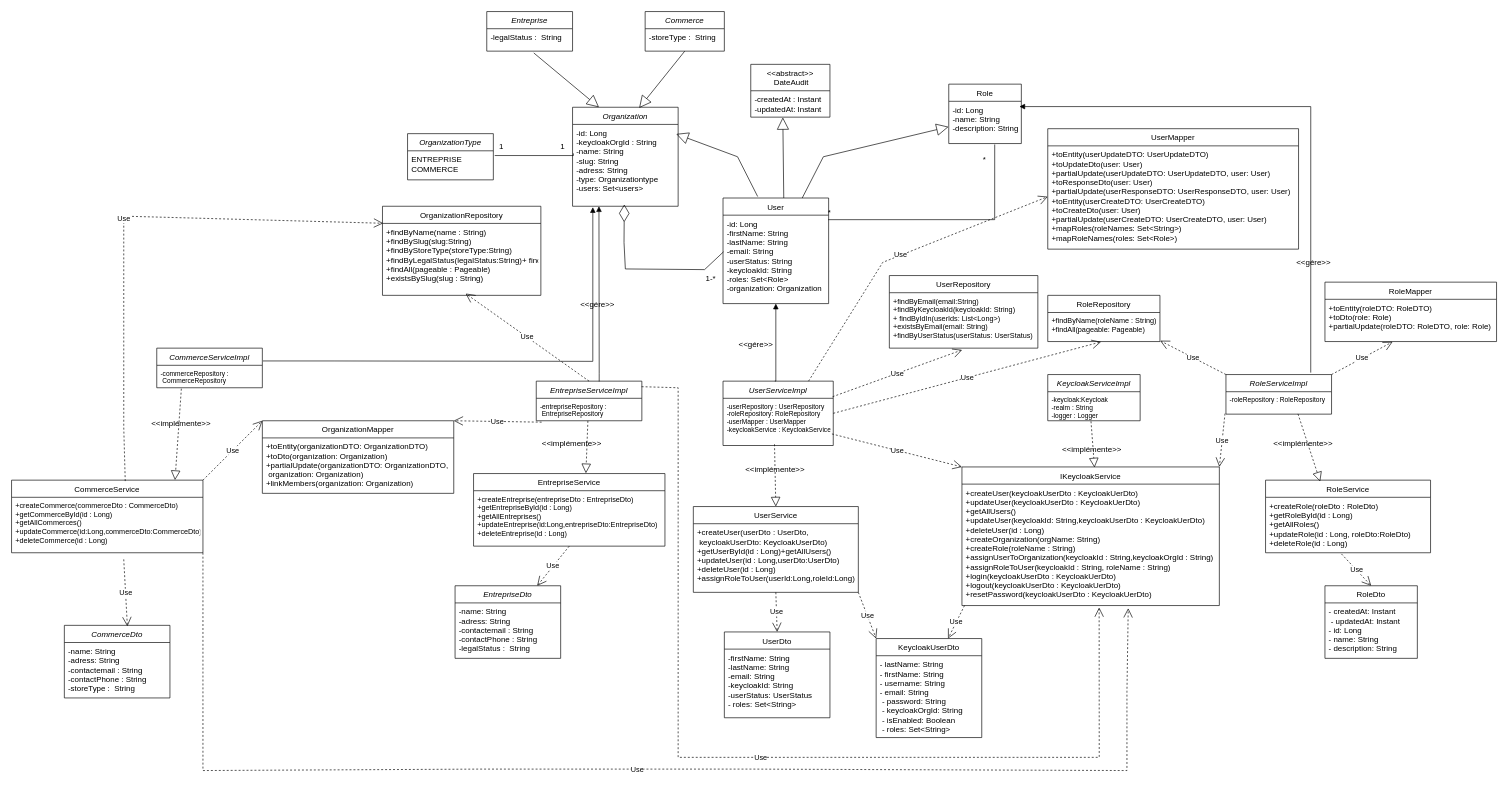
msisitr/aventix-design keeps this draw.io diagram as Diagramme_classe_user_service.drawio. Above is the earlier version. Source tidied: cells renumbered, new cells numbered last; positions are measured from the earlier drawing's top-left corner, leaving out a move shared by most shapes. Both pictures are drawn from the tidied source at 66%, with x=0, y=0 at pixel (11, 11).
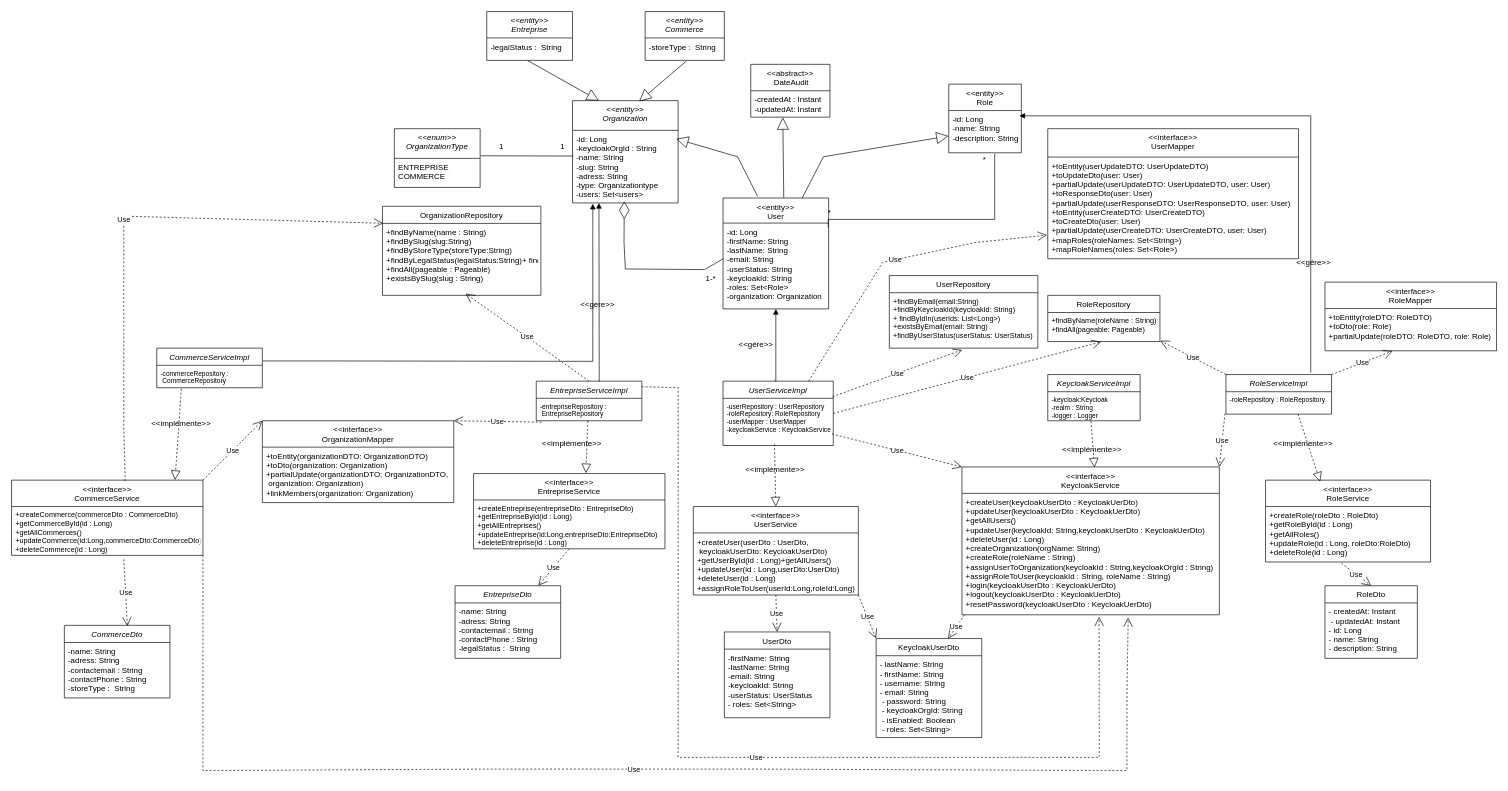
The same page after the edit.

Commit message (it also covers changes not shown here):
Mettre à jour Diagramme_classe_user_service.drawio

Unchanged cells that the change refers to:
```xml
<mxCell id="12" value="UserServiceImpl" style="swimlane;fontStyle=2;align=center;verticalAlign=top;horizontal=1;startSize=26;rounded=0;shadow=0;strokeWidth=1;" parent="1" vertex="1">
  <mxGeometry x="1078" y="560" width="167" height="97.5" as="geometry" />
</mxCell>
```

Diff of the diagram source:
```diff
@@
-    <mxCell id="2" value="Organization" style="swimlane;fontStyle=2;align=center;verticalAlign=top;horizontal=1;startSize=26;rounded=0;shadow=0;strokeWidth=1;" parent="1" vertex="1">
-      <mxGeometry x="850" y="145" width="160" height="150" as="geometry" />
+    <mxCell id="2" value="&lt;&lt;entity&gt;&gt;&#10;Organization" style="swimlane;fontStyle=2;align=center;verticalAlign=top;horizontal=1;startSize=45;rounded=0;shadow=0;strokeWidth=1;" parent="1" vertex="1">
+      <mxGeometry x="850" y="135" width="160" height="155" as="geometry" />
     </mxCell>
     <mxCell id="3" value="-id: Long&#10;-keycloakOrgId : String&#10;-name: String&#10;-slug: String&#10;-adress: String&#10;-type: Organizationtype&#10;-users: Set&lt;users&gt;&#10;&#10;" style="text;align=left;verticalAlign=top;spacingLeft=4;spacingRight=4;overflow=hidden;points=[[0,0.5],[1,0.5]];portConstraint=eastwest;" parent="2" vertex="1">
-      <mxGeometry y="26" width="160" height="124" as="geometry" />
+      <mxGeometry y="45" width="160" height="110" as="geometry" />
     </mxCell>
-    <mxCell id="4" value="Role" style="swimlane;fontStyle=0;align=center;verticalAlign=top;horizontal=1;startSize=26;rounded=0;shadow=0;strokeWidth=1;" parent="1" vertex="1">
-      <mxGeometry x="1420" y="110" width="110" height="90" as="geometry" />
+    <mxCell id="4" value="&lt;&lt;entity&gt;&gt;&#10;Role" style="swimlane;fontStyle=0;align=center;verticalAlign=top;horizontal=1;startSize=40;rounded=0;shadow=0;strokeWidth=1;" parent="1" vertex="1">
+      <mxGeometry x="1420" y="110" width="110" height="104" as="geometry" />
     </mxCell>
     <mxCell id="5" value="-id: Long&#10;-name: String&#10;-description: String" style="text;align=left;verticalAlign=top;spacingLeft=4;spacingRight=4;overflow=hidden;points=[[0,0.5],[1,0.5]];portConstraint=eastwest;" parent="4" vertex="1">
-      <mxGeometry y="26" width="110" height="64" as="geometry" />
+      <mxGeometry y="40" width="110" height="64" as="geometry" />
     </mxCell>
-    <mxCell id="6" value="User" style="swimlane;fontStyle=0;align=center;verticalAlign=top;horizontal=1;startSize=26;rounded=0;shadow=0;strokeWidth=1;" parent="1" vertex="1">
-      <mxGeometry x="1078" y="282.5" width="160" height="160" as="geometry" />
+    <mxCell id="6" value="&lt;&lt;entity&gt;&gt;&#10;User" style="swimlane;fontStyle=0;align=center;verticalAlign=top;horizontal=1;startSize=38;rounded=0;shadow=0;strokeWidth=1;" parent="1" vertex="1">
+      <mxGeometry x="1078" y="282.5" width="160" height="168" as="geometry" />
     </mxCell>
     <mxCell id="7" value="-id: Long&#10;-firstName: String&#10;-lastName: String&#10;-email: String&#10;-userStatus: String&#10;-keycloakId: String&#10;-roles: Set&lt;Role&gt;&#10;-organization: Organization&#10;" style="text;align=left;verticalAlign=top;spacingLeft=4;spacingRight=4;overflow=hidden;points=[[0,0.5],[1,0.5]];portConstraint=eastwest;" parent="6" vertex="1">
-      <mxGeometry y="26" width="160" height="134" as="geometry" />
+      <mxGeometry y="38" width="160" height="130" as="geometry" />
     </mxCell>
@@
-    <mxCell id="26" value="UserService" style="swimlane;fontStyle=0;align=center;verticalAlign=top;horizontal=1;startSize=26;rounded=0;shadow=0;strokeWidth=1;" parent="1" vertex="1">
-      <mxGeometry x="1033" y="750" width="250" height="130" as="geometry" />
+    <mxCell id="26" value="&lt;&lt;interface&gt;&gt;&#10;UserService" style="swimlane;fontStyle=0;align=center;verticalAlign=top;horizontal=1;startSize=40;rounded=0;shadow=0;strokeWidth=1;" parent="1" vertex="1">
+      <mxGeometry x="1033" y="750" width="250" height="134" as="geometry" />
     </mxCell>
     <mxCell id="27" value="+createUser(userDto : UserDto,&#10; keycloakUserDto: KeycloakUserDto)&#10;+getUserById(id : Long)+getAllUsers()&#10;+updateUser(id : Long,userDto:UserDto)&#10;+deleteUser(id : Long)&#10;+assignRoleToUser(userId:Long,roleId:Long)&#10;" style="text;align=left;verticalAlign=top;spacingLeft=4;spacingRight=4;overflow=hidden;" parent="26" vertex="1">
-      <mxGeometry y="26" width="250" height="94" as="geometry" />
+      <mxGeometry y="40" width="250" height="94" as="geometry" />
     </mxCell>
-    <mxCell id="28" value="RoleService" style="swimlane;fontStyle=0;align=center;verticalAlign=top;horizontal=1;startSize=26;rounded=0;shadow=0;strokeWidth=1;" parent="1" vertex="1">
-      <mxGeometry x="1900" y="710" width="250" height="110" as="geometry" />
+    <mxCell id="28" value="&lt;&lt;interface&gt;&gt;&#10;RoleService" style="swimlane;fontStyle=0;align=center;verticalAlign=top;horizontal=1;startSize=40;rounded=0;shadow=0;strokeWidth=1;" parent="1" vertex="1">
+      <mxGeometry x="1900" y="710" width="250" height="124" as="geometry" />
     </mxCell>
     <mxCell id="29" value="+createRole(roleDto : RoleDto)&#10;+getRoleById(id : Long)&#10;+getAllRoles()&#10;+updateRole(id : Long, roleDto:RoleDto)&#10;+deleteRole(id : Long)&#10;" style="text;align=left;verticalAlign=top;spacingLeft=4;spacingRight=4;overflow=hidden;points=[[0,0.5],[1,0.5]];portConstraint=eastwest;" parent="28" vertex="1">
-      <mxGeometry y="26" width="250" height="84" as="geometry" />
+      <mxGeometry y="40" width="250" height="84" as="geometry" />
     </mxCell>
-    <mxCell id="30" value="IKeycloakService" style="swimlane;fontStyle=0;align=center;verticalAlign=top;horizontal=1;startSize=26;rounded=0;shadow=0;strokeWidth=1;" parent="1" vertex="1">
-      <mxGeometry x="1440" y="690" width="390" height="210" as="geometry" />
+    <mxCell id="30" value="&lt;&lt;interface&gt;&gt;&#10;KeycloakService" style="swimlane;fontStyle=0;align=center;verticalAlign=top;horizontal=1;startSize=40;rounded=0;shadow=0;strokeWidth=1;" parent="1" vertex="1">
+      <mxGeometry x="1440" y="690" width="390" height="224" as="geometry" />
     </mxCell>
     <mxCell id="31" value="+createUser(keycloakUserDto : KeycloakUerDto)&#10;+updateUser(keycloakUserDto : KeycloakUerDto)&#10;+getAllUsers()&#10;+updateUser(keycloakId: String,keycloakUserDto : KeycloakUerDto)&#10;+deleteUser(id : Long)&#10;+createOrganization(orgName: String)&#10;+createRole(roleName : String)&#10;+assignUserToOrganization(keycloakId : String,keycloakOrgId : String)&#10;+assignRoleToUser(keycloakId : String, roleName : String)&#10;+login(keycloakUserDto : KeycloakUerDto)&#10;+logout(keycloakUserDto : KeycloakUerDto)&#10;+resetPassword(keycloakUserDto : KeycloakUerDto)&#10;" style="text;align=left;verticalAlign=top;spacingLeft=4;spacingRight=4;overflow=hidden;points=[[0,0.5],[1,0.5]];portConstraint=eastwest;" parent="30" vertex="1">
-      <mxGeometry y="26" width="390" height="184" as="geometry" />
+      <mxGeometry y="40" width="390" height="184" as="geometry" />
     </mxCell>
@@
-    <mxCell id="40" value="Entreprise" style="swimlane;fontStyle=2;align=center;verticalAlign=top;horizontal=1;startSize=26;rounded=0;shadow=0;strokeWidth=1;" parent="1" vertex="1">
-      <mxGeometry x="720" width="130" height="60" as="geometry" />
+    <mxCell id="40" value="&lt;&lt;entity&gt;&gt;&#10;Entreprise" style="swimlane;fontStyle=2;align=center;verticalAlign=top;horizontal=1;startSize=40;rounded=0;shadow=0;strokeWidth=1;" parent="1" vertex="1">
+      <mxGeometry x="720" width="130" height="74" as="geometry" />
     </mxCell>
     <mxCell id="41" value="-legalStatus :  String" style="text;align=left;verticalAlign=top;spacingLeft=4;spacingRight=4;overflow=hidden;points=[[0,0.5],[1,0.5]];portConstraint=eastwest;" parent="40" vertex="1">
-      <mxGeometry y="26" width="130" height="34" as="geometry" />
+      <mxGeometry y="40" width="130" height="34" as="geometry" />
     </mxCell>
-    <mxCell id="42" value="Commerce" style="swimlane;fontStyle=2;align=center;verticalAlign=top;horizontal=1;startSize=26;rounded=0;shadow=0;strokeWidth=1;" parent="1" vertex="1">
-      <mxGeometry x="960" width="120" height="60" as="geometry" />
+    <mxCell id="42" value="&lt;&lt;entity&gt;&gt;&#10;Commerce" style="swimlane;fontStyle=2;align=center;verticalAlign=top;horizontal=1;startSize=40;rounded=0;shadow=0;strokeWidth=1;" parent="1" vertex="1">
+      <mxGeometry x="960" width="120" height="74" as="geometry" />
     </mxCell>
     <mxCell id="43" value="-storeType :  String" style="text;align=left;verticalAlign=top;spacingLeft=4;spacingRight=4;overflow=hidden;points=[[0,0.5],[1,0.5]];portConstraint=eastwest;" parent="42" vertex="1">
-      <mxGeometry y="26" width="120" height="34" as="geometry" />
+      <mxGeometry y="40" width="120" height="34" as="geometry" />
     </mxCell>
-    <mxCell id="44" style="endArrow=block;endSize=16;endFill=0;html=1;rounded=0;entryX=0.25;entryY=0;entryDx=0;entryDy=0;exitX=0.548;exitY=1.08;exitDx=0;exitDy=0;exitPerimeter=0;" parent="1" edge="1" source="41" target="2">
+    <mxCell id="44" style="endArrow=block;endSize=16;endFill=0;html=1;rounded=0;entryX=0.25;entryY=0;entryDx=0;entryDy=0;exitX=0.476;exitY=1.004;exitDx=0;exitDy=0;exitPerimeter=0;" parent="1" edge="1" source="41" target="2">
       <mxGeometry relative="1" as="geometry" />
     </mxCell>
-    <mxCell id="45" style="endArrow=block;endSize=16;endFill=0;html=1;rounded=0;entryX=0.631;entryY=0.007;entryDx=0;entryDy=0;entryPerimeter=0;" parent="1" edge="1" target="2">
-      <mxGeometry relative="1" as="geometry">
-        <mxPoint x="1020" y="60" as="sourcePoint" />
-      </mxGeometry>
+    <mxCell id="45" style="endArrow=block;endSize=16;endFill=0;html=1;rounded=0;entryX=0.631;entryY=0.007;entryDx=0;entryDy=0;entryPerimeter=0;exitX=0.52;exitY=1.029;exitDx=0;exitDy=0;exitPerimeter=0;" parent="1" edge="1" source="43" target="2">
+      <mxGeometry relative="1" as="geometry" />
     </mxCell>
-    <mxCell id="46" value="OrganizationType" style="swimlane;fontStyle=2;align=center;verticalAlign=top;horizontal=1;startSize=26;rounded=0;shadow=0;strokeWidth=1;" parent="1" vertex="1">
-      <mxGeometry x="600" y="185" width="130" height="70" as="geometry" />
+    <mxCell id="46" value="&lt;&lt;enum&gt;&gt;&#10;OrganizationType" style="swimlane;fontStyle=2;align=center;verticalAlign=top;horizontal=1;startSize=45;rounded=0;shadow=0;strokeWidth=1;" parent="1" vertex="1">
+      <mxGeometry x="580" y="177.5" width="130" height="89" as="geometry" />
     </mxCell>
     <mxCell id="47" value="ENTREPRISE&#10;COMMERCE" style="text;align=left;verticalAlign=top;spacingLeft=4;spacingRight=4;overflow=hidden;points=[[0,0.5],[1,0.5]];portConstraint=eastwest;" parent="46" vertex="1">
-      <mxGeometry y="26" width="130" height="44" as="geometry" />
+      <mxGeometry y="45" width="130" height="44" as="geometry" />
     </mxCell>
-    <mxCell id="48" style="endArrow=none;html=1;edgeStyle=orthogonalEdgeStyle;rounded=0;entryX=0.008;entryY=0.354;entryDx=0;entryDy=0;entryPerimeter=0;exitX=1.016;exitY=0.163;exitDx=0;exitDy=0;exitPerimeter=0;" parent="1" edge="1" source="47" target="3">
+    <mxCell id="48" style="endArrow=none;html=1;edgeStyle=orthogonalEdgeStyle;rounded=0;entryX=0.008;entryY=0.354;entryDx=0;entryDy=0;entryPerimeter=0;exitX=1.003;exitY=0.461;exitDx=0;exitDy=0;exitPerimeter=0;" parent="1" edge="1" source="46" target="3">
       <mxGeometry relative="1" as="geometry">
         <Array as="points">
-          <mxPoint x="851" y="218" />
+          <mxPoint x="712" y="219" />
         </Array>
       </mxGeometry>
     </mxCell>
@@
-    <mxCell id="52" value="EntrepriseService" style="swimlane;fontStyle=0;align=center;verticalAlign=top;horizontal=1;startSize=26;rounded=0;shadow=0;strokeWidth=1;" parent="1" vertex="1">
-      <mxGeometry x="700" y="700" width="290" height="110" as="geometry" />
+    <mxCell id="52" value="&lt;&lt;interface&gt;&gt;&#10;EntrepriseService" style="swimlane;fontStyle=0;align=center;verticalAlign=top;horizontal=1;startSize=40;rounded=0;shadow=0;strokeWidth=1;" parent="1" vertex="1">
+      <mxGeometry x="700" y="700" width="290" height="114" as="geometry" />
     </mxCell>
     <mxCell id="53" value="+createEntreprise(entrepriseDto : EntrepriseDto)&#10;+getEntrepriseById(id : Long)&#10;+getAllEntreprises()&#10;+updateEntreprise(id:Long,entrepriseDto:EntrepriseDto)&#10;+deleteEntreprise(id : Long)&#10;" style="text;align=left;verticalAlign=top;spacingLeft=4;spacingRight=4;overflow=hidden;fontSize=11;" parent="52" vertex="1">
-      <mxGeometry y="26" width="290" height="74" as="geometry" />
+      <mxGeometry y="40" width="290" height="74" as="geometry" />
     </mxCell>
@@
-    <mxCell id="56" value="CommerceService" style="swimlane;fontStyle=0;align=center;verticalAlign=top;horizontal=1;startSize=26;rounded=0;shadow=0;strokeWidth=1;" parent="1" vertex="1">
-      <mxGeometry y="710" width="290" height="110" as="geometry" />
+    <mxCell id="56" value="&lt;&lt;interface&gt;&gt;&#10;CommerceService" style="swimlane;fontStyle=0;align=center;verticalAlign=top;horizontal=1;startSize=40;rounded=0;shadow=0;strokeWidth=1;" parent="1" vertex="1">
+      <mxGeometry y="710" width="290" height="114" as="geometry" />
     </mxCell>
     <mxCell id="57" value="+createCommerce(commerceDto : CommerceDto)&#10;+getCommerceById(id : Long)&#10;+getAllCommerces()&#10;+updateCommerce(id:Long,commerceDto:CommerceDto)&#10;+deleteCommerce(id : Long)&#10;" style="text;align=left;verticalAlign=top;spacingLeft=4;spacingRight=4;overflow=hidden;fontSize=11;" parent="56" vertex="1">
-      <mxGeometry y="26" width="290" height="74" as="geometry" />
+      <mxGeometry y="40" width="290" height="74" as="geometry" />
     </mxCell>
@@
-    <mxCell id="72" value="UserMapper" style="swimlane;fontStyle=0;align=center;verticalAlign=top;horizontal=1;startSize=26;rounded=0;shadow=0;strokeWidth=1;" parent="1" vertex="1">
-      <mxGeometry x="1570" y="177.5" width="380" height="182.5" as="geometry" />
+    <mxCell id="72" value="&lt;&lt;interface&gt;&gt;&#10;UserMapper" style="swimlane;fontStyle=0;align=center;verticalAlign=top;horizontal=1;startSize=43;rounded=0;shadow=0;strokeWidth=1;" parent="1" vertex="1">
+      <mxGeometry x="1570" y="177.5" width="380" height="197" as="geometry" />
     </mxCell>
     <mxCell id="73" value="+toEntity(userUpdateDTO: UserUpdateDTO)&#10;+toUpdateDto(user: User)&#10;+partialUpdate(userUpdateDTO: UserUpdateDTO, user: User)&#10;+toResponseDto(user: User)&#10;+partialUpdate(userResponseDTO: UserResponseDTO, user: User)&#10;+toEntity(userCreateDTO: UserCreateDTO)&#10;+toCreateDto(user: User)&#10;+partialUpdate(userCreateDTO: UserCreateDTO, user: User)&#10;+mapRoles(roleNames: Set&lt;String&gt;)&#10;+mapRoleNames(roles: Set&lt;Role&gt;)&#10;" style="text;align=left;verticalAlign=top;spacingLeft=4;spacingRight=4;overflow=hidden;points=[[0,0.5],[1,0.5]];portConstraint=eastwest;" parent="72" vertex="1">
-      <mxGeometry y="26" width="380" height="154" as="geometry" />
+      <mxGeometry y="43" width="380" height="154" as="geometry" />
     </mxCell>
-    <mxCell id="74" value="Use" style="endArrow=open;endSize=12;dashed=1;html=1;rounded=0;entryX=0;entryY=0.5;entryDx=0;entryDy=0;exitX=0.776;exitY=0;exitDx=0;exitDy=0;exitPerimeter=0;" parent="1" edge="1" source="12" target="73">
+    <mxCell id="74" value="Use" style="endArrow=open;endSize=12;dashed=1;html=1;rounded=0;entryX=-0.003;entryY=0.768;entryDx=0;entryDy=0;exitX=0.776;exitY=0;exitDx=0;exitDy=0;exitPerimeter=0;entryPerimeter=0;" parent="1" edge="1" source="12" target="73">
       <mxGeometry relative="1" as="geometry">
         <Array as="points">
           <mxPoint x="1320" y="380" />
+          <mxPoint x="1460" y="350" />
         </Array>
       </mxGeometry>
     </mxCell>
@@
-    <mxCell id="77" value="OrganizationMapper" style="swimlane;fontStyle=0;align=center;verticalAlign=top;horizontal=1;startSize=26;rounded=0;shadow=0;strokeWidth=1;" parent="1" vertex="1">
-      <mxGeometry x="380" y="620" width="290" height="110" as="geometry" />
+    <mxCell id="77" value="&lt;&lt;interface&gt;&gt;&#10;OrganizationMapper" style="swimlane;fontStyle=0;align=center;verticalAlign=top;horizontal=1;startSize=40;rounded=0;shadow=0;strokeWidth=1;" parent="1" vertex="1">
+      <mxGeometry x="380" y="620" width="290" height="124" as="geometry" />
     </mxCell>
     <mxCell id="78" value="+toEntity(organizationDTO: OrganizationDTO)&#10;+toDto(organization: Organization)&#10;+partialUpdate(organizationDTO: OrganizationDTO,&#10; organization: Organization)&#10;+linkMembers(organization: Organization)" style="text;align=left;verticalAlign=top;spacingLeft=4;spacingRight=4;overflow=hidden;" parent="77" vertex="1">
-      <mxGeometry y="26" width="290" height="84" as="geometry" />
+      <mxGeometry y="40" width="290" height="84" as="geometry" />
     </mxCell>
@@
-    <mxCell id="88" value="RoleMapper" style="swimlane;fontStyle=0;align=center;verticalAlign=top;horizontal=1;startSize=26;rounded=0;shadow=0;strokeWidth=1;" parent="1" vertex="1">
-      <mxGeometry x="1990" y="410" width="260" height="90" as="geometry" />
+    <mxCell id="88" value="&lt;&lt;interface&gt;&gt;&#10;RoleMapper" style="swimlane;fontStyle=0;align=center;verticalAlign=top;horizontal=1;startSize=40;rounded=0;shadow=0;strokeWidth=1;" parent="1" vertex="1">
+      <mxGeometry x="1990" y="410" width="260" height="104" as="geometry" />
     </mxCell>
     <mxCell id="89" value="+toEntity(roleDTO: RoleDTO)&#10;+toDto(role: Role)&#10;+partialUpdate(roleDTO: RoleDTO, role: Role)" style="text;align=left;verticalAlign=top;spacingLeft=4;spacingRight=4;overflow=hidden;points=[[0,0.5],[1,0.5]];portConstraint=eastwest;" parent="88" vertex="1">
-      <mxGeometry y="26" width="260" height="64" as="geometry" />
+      <mxGeometry y="40" width="260" height="64" as="geometry" />
     </mxCell>
```
